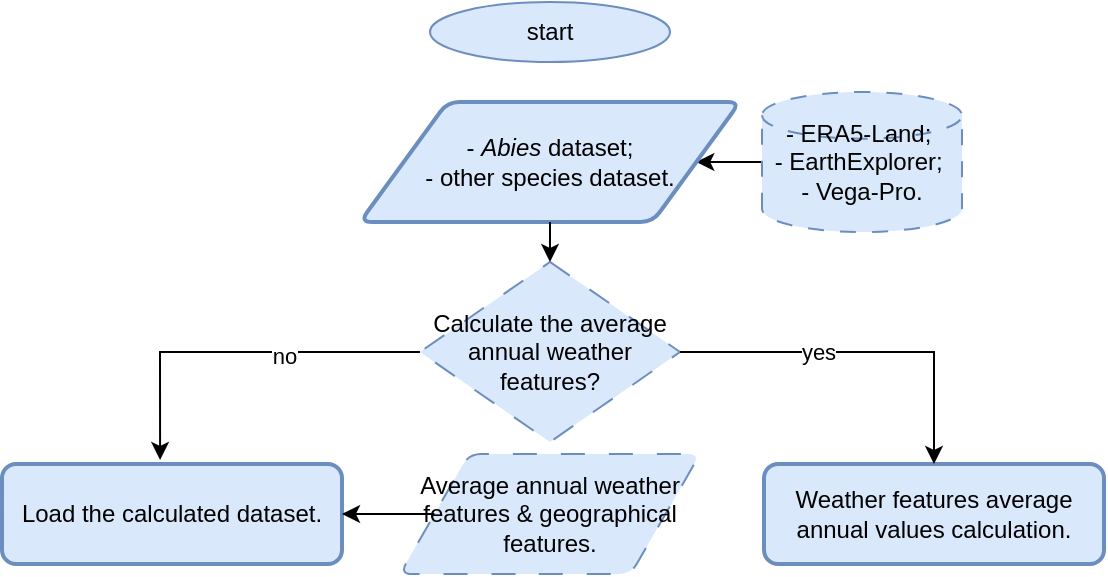
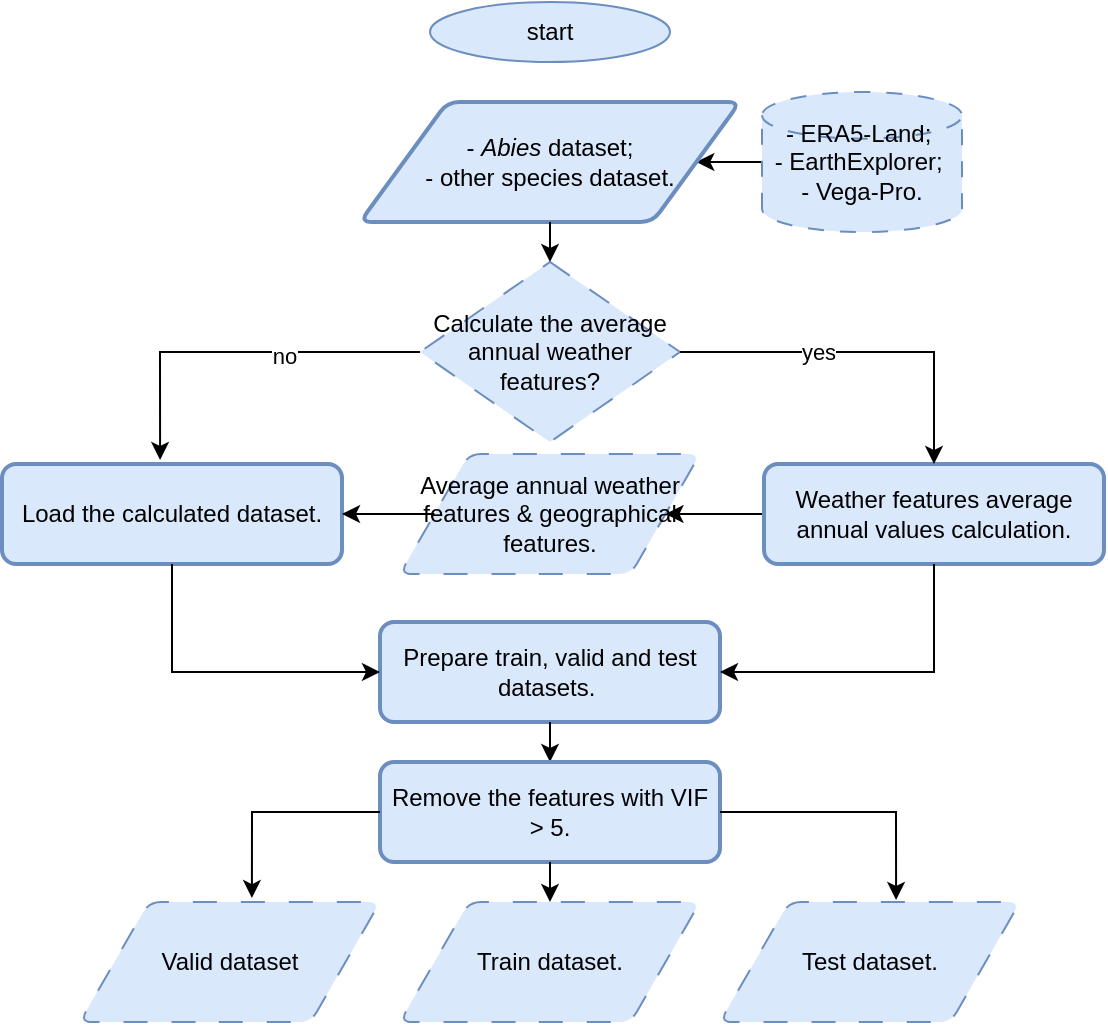
<mxfile host="app.diagrams.net">
  <diagram name="Страница-1" id="4wf5V8EtYGGb3xE4ilXR">
    <mxGraphModel dx="1366" dy="830" grid="1" gridSize="10" guides="1" tooltips="1" connect="1" arrows="1" fold="1" page="1" pageScale="1" pageWidth="827" pageHeight="1169" math="0" shadow="0">
      <root>
        <mxCell id="0" />
        <mxCell id="1" parent="0" />
        <mxCell id="W97imSr3Oh1hHIhS6Gzf-1" parent="1" style="ellipse;whiteSpace=wrap;html=1;fillColor=#dae8fc;strokeColor=#6c8ebf;" value="start" vertex="1">
          <mxGeometry height="30" width="120" x="354" y="10" as="geometry" />
        </mxCell>
        <mxCell id="W97imSr3Oh1hHIhS6Gzf-5" edge="1" parent="1" source="W97imSr3Oh1hHIhS6Gzf-4" style="edgeStyle=orthogonalEdgeStyle;rounded=0;orthogonalLoop=1;jettySize=auto;html=1;" target="W97imSr3Oh1hHIhS6Gzf-7" value="">
          <mxGeometry relative="1" as="geometry">
            <mxPoint x="489" y="90" as="targetPoint" />
          </mxGeometry>
        </mxCell>
        <mxCell id="W97imSr3Oh1hHIhS6Gzf-4" parent="1" style="strokeWidth=1;html=1;shape=mxgraph.flowchart.database;whiteSpace=wrap;shadow=0;strokeColor=#6c8ebf;dashed=1;dashPattern=8 8;fillColor=#dae8fc;" value="- ERA5-Land;&amp;nbsp;&lt;div&gt;- EarthExplorer;&amp;nbsp;&lt;/div&gt;&lt;div&gt;- Vega-Pro.&lt;/div&gt;" vertex="1">
          <mxGeometry height="70" width="100" x="520" y="55" as="geometry" />
        </mxCell>
        <mxCell id="W97imSr3Oh1hHIhS6Gzf-7" parent="1" style="shape=parallelogram;html=1;strokeWidth=2;perimeter=parallelogramPerimeter;whiteSpace=wrap;rounded=1;arcSize=12;size=0.23;align=center;fillColor=#dae8fc;strokeColor=#6c8ebf;" value="- &lt;i&gt;Abies &lt;/i&gt;dataset;&lt;div&gt;- other species dataset.&lt;/div&gt;" vertex="1">
          <mxGeometry height="60" width="190" x="319" y="60" as="geometry" />
+         </mxCell>
+         <mxCell id="rLYbGeF2wxdSfx8LHHcP-10" edge="1" parent="1" source="W97imSr3Oh1hHIhS6Gzf-9" style="edgeStyle=orthogonalEdgeStyle;rounded=0;orthogonalLoop=1;jettySize=auto;html=1;" target="W97imSr3Oh1hHIhS6Gzf-21" value="">
+           <mxGeometry relative="1" as="geometry" />
        </mxCell>
        <mxCell id="W97imSr3Oh1hHIhS6Gzf-9" parent="1" style="rounded=1;whiteSpace=wrap;html=1;absoluteArcSize=1;arcSize=14;strokeWidth=2;fillColor=#dae8fc;strokeColor=#6c8ebf;" value="Weather features average annual values calculation." vertex="1">
          <mxGeometry height="50" width="170" x="521" y="241" as="geometry" />
        </mxCell>
        <mxCell id="W97imSr3Oh1hHIhS6Gzf-13" parent="1" style="strokeWidth=1;html=1;shape=mxgraph.flowchart.decision;whiteSpace=wrap;dashed=1;dashPattern=12 12;fillColor=#dae8fc;strokeColor=#6c8ebf;" value="Calculate the average annual weather features?" vertex="1">
          <mxGeometry height="90" width="130" x="349" y="140" as="geometry" />
        </mxCell>
        <mxCell id="W97imSr3Oh1hHIhS6Gzf-15" edge="1" parent="1" source="W97imSr3Oh1hHIhS6Gzf-7" style="endArrow=classic;html=1;rounded=0;exitX=0.5;exitY=1;exitDx=0;exitDy=0;entryX=0.5;entryY=0;entryDx=0;entryDy=0;entryPerimeter=0;" target="W97imSr3Oh1hHIhS6Gzf-13" value="">
          <mxGeometry height="50" relative="1" width="50" as="geometry">
            <mxPoint x="390" y="260" as="sourcePoint" />
            <mxPoint x="440" y="210" as="targetPoint" />
          </mxGeometry>
        </mxCell>
        <mxCell id="W97imSr3Oh1hHIhS6Gzf-16" edge="1" parent="1" source="W97imSr3Oh1hHIhS6Gzf-13" style="endArrow=classic;html=1;rounded=0;exitX=1;exitY=0.5;exitDx=0;exitDy=0;exitPerimeter=0;entryX=0.5;entryY=0;entryDx=0;entryDy=0;" target="W97imSr3Oh1hHIhS6Gzf-9" value="">
          <mxGeometry height="50" relative="1" width="50" as="geometry">
            <Array as="points">
              <mxPoint x="606" y="185" />
            </Array>
            <mxPoint x="390" y="260" as="sourcePoint" />
            <mxPoint x="550" y="240" as="targetPoint" />
          </mxGeometry>
        </mxCell>
        <mxCell id="W97imSr3Oh1hHIhS6Gzf-17" connectable="0" parent="W97imSr3Oh1hHIhS6Gzf-16" style="edgeLabel;html=1;align=center;verticalAlign=middle;resizable=0;points=[];" value="yes" vertex="1">
          <mxGeometry relative="1" x="-0.2519" as="geometry">
            <mxPoint as="offset" />
          </mxGeometry>
        </mxCell>
        <mxCell id="W97imSr3Oh1hHIhS6Gzf-18" parent="1" style="rounded=1;whiteSpace=wrap;html=1;absoluteArcSize=1;arcSize=14;strokeWidth=2;fillColor=#dae8fc;strokeColor=#6c8ebf;" value="Load the calculated dataset." vertex="1">
          <mxGeometry height="50" width="170" x="140" y="241" as="geometry" />
        </mxCell>
        <mxCell id="W97imSr3Oh1hHIhS6Gzf-19" edge="1" parent="1" source="W97imSr3Oh1hHIhS6Gzf-13" style="endArrow=classic;html=1;rounded=0;exitX=0;exitY=0.5;exitDx=0;exitDy=0;exitPerimeter=0;entryX=0.465;entryY=-0.04;entryDx=0;entryDy=0;entryPerimeter=0;" target="W97imSr3Oh1hHIhS6Gzf-18" value="">
          <mxGeometry height="50" relative="1" width="50" as="geometry">
            <Array as="points">
              <mxPoint x="219" y="185" />
            </Array>
            <mxPoint x="390" y="260" as="sourcePoint" />
            <mxPoint x="440" y="210" as="targetPoint" />
          </mxGeometry>
        </mxCell>
        <mxCell id="W97imSr3Oh1hHIhS6Gzf-20" connectable="0" parent="W97imSr3Oh1hHIhS6Gzf-19" style="edgeLabel;html=1;align=center;verticalAlign=middle;resizable=0;points=[];" value="no" vertex="1">
          <mxGeometry relative="1" x="-0.2632" y="2" as="geometry">
            <mxPoint as="offset" />
          </mxGeometry>
        </mxCell>
        <mxCell id="W97imSr3Oh1hHIhS6Gzf-21" parent="1" style="shape=parallelogram;html=1;strokeWidth=1;perimeter=parallelogramPerimeter;whiteSpace=wrap;rounded=1;arcSize=12;size=0.23;fillColor=#dae8fc;strokeColor=#6c8ebf;dashed=1;dashPattern=12 12;" value="Average annual weather features &amp;amp; geographical features." vertex="1">
          <mxGeometry height="60" width="150" x="339" y="236" as="geometry" />
        </mxCell>
        <mxCell id="W97imSr3Oh1hHIhS6Gzf-23" edge="1" parent="1" source="W97imSr3Oh1hHIhS6Gzf-21" style="endArrow=classic;html=1;rounded=0;exitX=0;exitY=0.5;exitDx=0;exitDy=0;entryX=1;entryY=0.5;entryDx=0;entryDy=0;" target="W97imSr3Oh1hHIhS6Gzf-18" value="">
          <mxGeometry height="50" relative="1" width="50" as="geometry">
            <mxPoint x="390" y="250" as="sourcePoint" />
            <mxPoint x="440" y="200" as="targetPoint" />
          </mxGeometry>
        </mxCell>
+         <mxCell id="rLYbGeF2wxdSfx8LHHcP-1" parent="1" style="rounded=1;whiteSpace=wrap;html=1;absoluteArcSize=1;arcSize=14;strokeWidth=2;fillColor=#dae8fc;strokeColor=#6c8ebf;" value="Prepare train, valid and test datasets.&amp;nbsp;" vertex="1">
+           <mxGeometry height="50" width="170" x="329" y="320" as="geometry" />
+         </mxCell>
+         <mxCell id="rLYbGeF2wxdSfx8LHHcP-2" edge="1" parent="1" source="W97imSr3Oh1hHIhS6Gzf-18" style="endArrow=classic;html=1;rounded=0;exitX=0.5;exitY=1;exitDx=0;exitDy=0;entryX=0;entryY=0.5;entryDx=0;entryDy=0;" target="rLYbGeF2wxdSfx8LHHcP-1" value="">
+           <mxGeometry height="50" relative="1" width="50" as="geometry">
+             <Array as="points">
+               <mxPoint x="225" y="345" />
+             </Array>
+             <mxPoint x="390" y="350" as="sourcePoint" />
+             <mxPoint x="440" y="300" as="targetPoint" />
+           </mxGeometry>
+         </mxCell>
+         <mxCell id="rLYbGeF2wxdSfx8LHHcP-4" edge="1" parent="1" source="W97imSr3Oh1hHIhS6Gzf-9" style="endArrow=classic;html=1;rounded=0;exitX=0.5;exitY=1;exitDx=0;exitDy=0;entryX=1;entryY=0.5;entryDx=0;entryDy=0;" target="rLYbGeF2wxdSfx8LHHcP-1" value="">
+           <mxGeometry height="50" relative="1" width="50" as="geometry">
+             <Array as="points">
+               <mxPoint x="606" y="345" />
+             </Array>
+             <mxPoint x="390" y="350" as="sourcePoint" />
+             <mxPoint x="440" y="300" as="targetPoint" />
+           </mxGeometry>
+         </mxCell>
+         <mxCell id="rLYbGeF2wxdSfx8LHHcP-7" edge="1" parent="1" source="rLYbGeF2wxdSfx8LHHcP-1" style="endArrow=classic;html=1;rounded=0;exitX=0.5;exitY=1;exitDx=0;exitDy=0;entryX=0.5;entryY=0;entryDx=0;entryDy=0;" target="rLYbGeF2wxdSfx8LHHcP-8" value="">
+           <mxGeometry height="50" relative="1" width="50" as="geometry">
+             <mxPoint x="390" y="340" as="sourcePoint" />
+             <mxPoint x="440" y="290" as="targetPoint" />
+           </mxGeometry>
+         </mxCell>
+         <mxCell id="rLYbGeF2wxdSfx8LHHcP-8" parent="1" style="rounded=1;whiteSpace=wrap;html=1;absoluteArcSize=1;arcSize=14;strokeWidth=2;fillColor=#dae8fc;strokeColor=#6c8ebf;" value="Remove the features with VIF &amp;gt; 5." vertex="1">
+           <mxGeometry height="50" width="170" x="329" y="390" as="geometry" />
+         </mxCell>
+         <mxCell id="rLYbGeF2wxdSfx8LHHcP-11" parent="1" style="shape=parallelogram;html=1;strokeWidth=1;perimeter=parallelogramPerimeter;whiteSpace=wrap;rounded=1;arcSize=12;size=0.23;fillColor=#dae8fc;strokeColor=#6c8ebf;dashed=1;dashPattern=12 12;" value="Test dataset." vertex="1">
+           <mxGeometry height="60" width="150" x="499" y="460" as="geometry" />
+         </mxCell>
+         <mxCell id="rLYbGeF2wxdSfx8LHHcP-12" parent="1" style="shape=parallelogram;html=1;strokeWidth=1;perimeter=parallelogramPerimeter;whiteSpace=wrap;rounded=1;arcSize=12;size=0.23;fillColor=#dae8fc;strokeColor=#6c8ebf;dashed=1;dashPattern=12 12;" value="Train dataset." vertex="1">
+           <mxGeometry height="60" width="150" x="339" y="460" as="geometry" />
+         </mxCell>
+         <mxCell id="rLYbGeF2wxdSfx8LHHcP-13" parent="1" style="shape=parallelogram;html=1;strokeWidth=1;perimeter=parallelogramPerimeter;whiteSpace=wrap;rounded=1;arcSize=12;size=0.23;fillColor=#dae8fc;strokeColor=#6c8ebf;dashed=1;dashPattern=12 12;" value="Valid dataset" vertex="1">
+           <mxGeometry height="60" width="150" x="179" y="460" as="geometry" />
+         </mxCell>
+         <mxCell id="rLYbGeF2wxdSfx8LHHcP-15" edge="1" parent="1" source="rLYbGeF2wxdSfx8LHHcP-8" style="endArrow=classic;html=1;rounded=0;exitX=0.5;exitY=1;exitDx=0;exitDy=0;entryX=0.5;entryY=0;entryDx=0;entryDy=0;" target="rLYbGeF2wxdSfx8LHHcP-12" value="">
+           <mxGeometry height="50" relative="1" width="50" as="geometry">
+             <mxPoint x="390" y="390" as="sourcePoint" />
+             <mxPoint x="440" y="340" as="targetPoint" />
+           </mxGeometry>
+         </mxCell>
+         <mxCell id="rLYbGeF2wxdSfx8LHHcP-17" edge="1" parent="1" source="rLYbGeF2wxdSfx8LHHcP-8" style="endArrow=classic;html=1;rounded=0;exitX=0;exitY=0.5;exitDx=0;exitDy=0;entryX=0.573;entryY=-0.033;entryDx=0;entryDy=0;entryPerimeter=0;" target="rLYbGeF2wxdSfx8LHHcP-13" value="">
+           <mxGeometry height="50" relative="1" width="50" as="geometry">
+             <Array as="points">
+               <mxPoint x="265" y="415" />
+             </Array>
+             <mxPoint x="390" y="390" as="sourcePoint" />
+             <mxPoint x="440" y="340" as="targetPoint" />
+           </mxGeometry>
+         </mxCell>
+         <mxCell id="rLYbGeF2wxdSfx8LHHcP-18" edge="1" parent="1" source="rLYbGeF2wxdSfx8LHHcP-8" style="endArrow=classic;html=1;rounded=0;exitX=1;exitY=0.5;exitDx=0;exitDy=0;entryX=0.587;entryY=-0.017;entryDx=0;entryDy=0;entryPerimeter=0;" target="rLYbGeF2wxdSfx8LHHcP-11" value="">
+           <mxGeometry height="50" relative="1" width="50" as="geometry">
+             <Array as="points">
+               <mxPoint x="587" y="415" />
+             </Array>
+             <mxPoint x="390" y="390" as="sourcePoint" />
+             <mxPoint x="440" y="340" as="targetPoint" />
+           </mxGeometry>
+         </mxCell>
      </root>
    </mxGraphModel>
  </diagram>
</mxfile>
